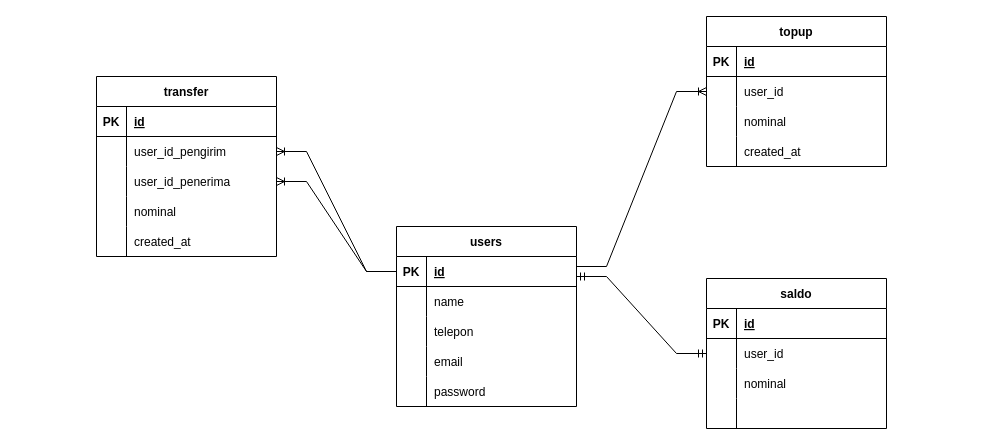
Above: ERD.drawio in ALTA-BE15-IdaKusumawati/ALTA-kel3-account-service-app-project (draw.io), before the change. Source tidied: cells renumbered, new cells numbered last; positions are measured from the earlier drawing's top-left corner, leaving out a move shared by most shapes. Both pictures are drawn from the tidied source at 100%, with x=0, y=0 at pixel (96, 16).
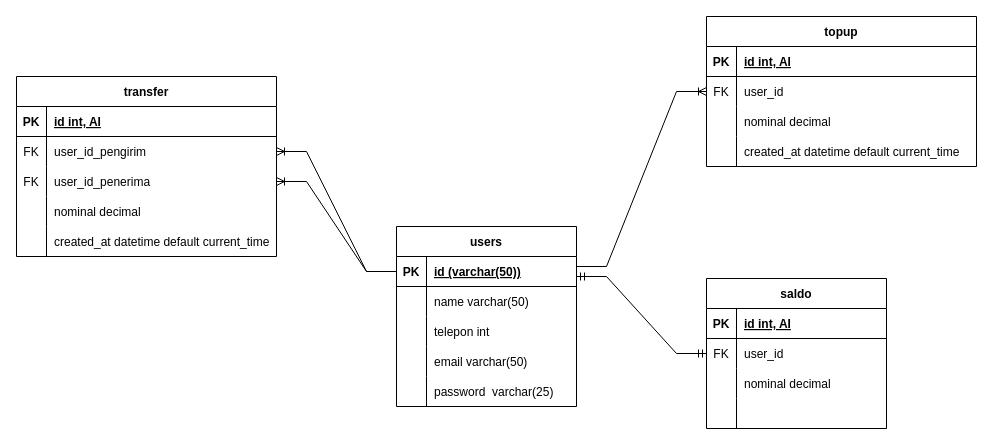
The same page after the edit.

Unchanged cells that the change refers to:
```xml
<mxCell id="3" style="shape=tableRow;horizontal=0;startSize=0;swimlaneHead=0;swimlaneBody=0;fillColor=none;points=[[0,0.5],[1,0.5]];portConstraint=eastwest;top=0;left=0;right=0;bottom=1;" parent="2" vertex="1">
  <mxGeometry y="30" width="180" height="30" as="geometry" />
</mxCell>
<mxCell id="6" style="shape=tableRow;horizontal=0;startSize=0;swimlaneHead=0;swimlaneBody=0;fillColor=none;top=0;left=0;right=0;bottom=0;" parent="2" vertex="1">
  <mxGeometry y="60" width="180" height="30" as="geometry" />
</mxCell>
<mxCell id="9" style="shape=tableRow;horizontal=0;startSize=0;swimlaneHead=0;swimlaneBody=0;fillColor=none;top=0;left=0;right=0;bottom=0;" parent="2" vertex="1">
  <mxGeometry y="90" width="180" height="30" as="geometry" />
</mxCell>
<mxCell id="12" style="shape=tableRow;horizontal=0;startSize=0;swimlaneHead=0;swimlaneBody=0;fillColor=none;top=0;left=0;right=0;bottom=0;" parent="2" vertex="1">
  <mxGeometry y="120" width="180" height="30" as="geometry" />
</mxCell>
<mxCell id="15" style="shape=tableRow;horizontal=0;startSize=0;swimlaneHead=0;swimlaneBody=0;fillColor=none;top=0;left=0;right=0;bottom=0;" parent="2" vertex="1">
  <mxGeometry y="150" width="180" height="30" as="geometry" />
</mxCell>
<mxCell id="32" style="shape=tableRow;horizontal=0;startSize=0;swimlaneHead=0;swimlaneBody=0;fillColor=none;top=0;left=0;right=0;bottom=1;" parent="31" vertex="1">
  <mxGeometry y="30" width="180" height="30" as="geometry" />
</mxCell>
<mxCell id="35" style="shape=tableRow;horizontal=0;startSize=0;swimlaneHead=0;swimlaneBody=0;fillColor=none;points=[[0,0.5],[1,0.5]];portConstraint=eastwest;top=0;left=0;right=0;bottom=0;" parent="31" vertex="1">
  <mxGeometry y="60" width="180" height="30" as="geometry" />
</mxCell>
<mxCell id="38" style="shape=tableRow;horizontal=0;startSize=0;swimlaneHead=0;swimlaneBody=0;fillColor=none;top=0;left=0;right=0;bottom=0;" parent="31" vertex="1">
  <mxGeometry y="90" width="180" height="30" as="geometry" />
</mxCell>
```

What changed in the source:
```diff
@@
-    <mxCell id="5" value="id" style="shape=partialRectangle;fillColor=none;top=0;left=0;bottom=0;right=0;align=left;spacingLeft=6;fontStyle=5;overflow=hidden;" parent="3" vertex="1">
+    <mxCell id="5" value="id (varchar(50))" style="shape=partialRectangle;fillColor=none;top=0;left=0;bottom=0;right=0;align=left;spacingLeft=6;fontStyle=5;overflow=hidden;" parent="3" vertex="1">
       <mxGeometry x="30" width="150" height="30" as="geometry" />
     </mxCell>
@@
-    <mxCell id="8" value="name" style="shape=partialRectangle;fillColor=none;top=0;left=0;bottom=0;right=0;align=left;spacingLeft=6;overflow=hidden;" parent="6" vertex="1">
+    <mxCell id="8" value="name varchar(50)" style="shape=partialRectangle;fillColor=none;top=0;left=0;bottom=0;right=0;align=left;spacingLeft=6;overflow=hidden;" parent="6" vertex="1">
       <mxGeometry x="30" width="150" height="30" as="geometry" />
     </mxCell>
@@
-    <mxCell id="11" value="telepon" style="shape=partialRectangle;fillColor=none;top=0;left=0;bottom=0;right=0;align=left;spacingLeft=6;overflow=hidden;" parent="9" vertex="1">
+    <mxCell id="11" value="telepon int" style="shape=partialRectangle;fillColor=none;top=0;left=0;bottom=0;right=0;align=left;spacingLeft=6;overflow=hidden;" parent="9" vertex="1">
       <mxGeometry x="30" width="150" height="30" as="geometry" />
     </mxCell>
@@
-    <mxCell id="14" value="email" style="shape=partialRectangle;fillColor=none;top=0;left=0;bottom=0;right=0;align=left;spacingLeft=6;overflow=hidden;" parent="12" vertex="1">
+    <mxCell id="14" value="email varchar(50)" style="shape=partialRectangle;fillColor=none;top=0;left=0;bottom=0;right=0;align=left;spacingLeft=6;overflow=hidden;" parent="12" vertex="1">
       <mxGeometry x="30" width="150" height="30" as="geometry" />
     </mxCell>
@@
-    <mxCell id="17" value="password " style="shape=partialRectangle;fillColor=none;top=0;left=0;bottom=0;right=0;align=left;spacingLeft=6;overflow=hidden;" parent="15" vertex="1">
+    <mxCell id="17" value="password  varchar(25)" style="shape=partialRectangle;fillColor=none;top=0;left=0;bottom=0;right=0;align=left;spacingLeft=6;overflow=hidden;" parent="15" vertex="1">
       <mxGeometry x="30" width="150" height="30" as="geometry" />
     </mxCell>
     <mxCell id="18" value="topup" style="shape=table;startSize=30;childLayout=tableLayout;rowLines=0;fontStyle=1;align=center;" parent="1" vertex="1">
-      <mxGeometry x="610" width="180" height="150" as="geometry" />
+      <mxGeometry x="610" width="270" height="150" as="geometry" />
     </mxCell>
     <mxCell id="19" style="shape=tableRow;horizontal=0;startSize=0;swimlaneHead=0;swimlaneBody=0;fillColor=none;top=0;left=0;right=0;bottom=1;" parent="18" vertex="1">
-      <mxGeometry y="30" width="180" height="30" as="geometry" />
+      <mxGeometry y="30" width="270" height="30" as="geometry" />
     </mxCell>
@@
-    <mxCell id="21" value="id" style="shape=partialRectangle;fillColor=none;top=0;left=0;bottom=0;right=0;align=left;spacingLeft=6;fontStyle=5;overflow=hidden;" parent="19" vertex="1">
-      <mxGeometry x="30" width="150" height="30" as="geometry" />
+    <mxCell id="21" value="id int, AI" style="shape=partialRectangle;fillColor=none;top=0;left=0;bottom=0;right=0;align=left;spacingLeft=6;fontStyle=5;overflow=hidden;" parent="19" vertex="1">
+      <mxGeometry x="30" width="240" height="30" as="geometry" />
     </mxCell>
     <mxCell id="22" style="shape=tableRow;horizontal=0;startSize=0;swimlaneHead=0;swimlaneBody=0;fillColor=none;points=[[0,0.5],[1,0.5]];portConstraint=eastwest;top=0;left=0;right=0;bottom=0;" parent="18" vertex="1">
-      <mxGeometry y="60" width="180" height="30" as="geometry" />
+      <mxGeometry y="60" width="270" height="30" as="geometry" />
     </mxCell>
-    <mxCell id="23" style="shape=partialRectangle;fillColor=none;top=0;left=0;bottom=0;right=0;overflow=hidden;" parent="22" vertex="1">
+    <mxCell id="23" value="FK" style="shape=partialRectangle;fillColor=none;top=0;left=0;bottom=0;right=0;overflow=hidden;" parent="22" vertex="1">
       <mxGeometry width="30" height="30" as="geometry" />
     </mxCell>
     <mxCell id="24" value="user_id" style="shape=partialRectangle;fillColor=none;top=0;left=0;bottom=0;right=0;align=left;spacingLeft=6;overflow=hidden;" parent="22" vertex="1">
-      <mxGeometry x="30" width="150" height="30" as="geometry" />
+      <mxGeometry x="30" width="240" height="30" as="geometry" />
     </mxCell>
     <mxCell id="25" style="shape=tableRow;horizontal=0;startSize=0;swimlaneHead=0;swimlaneBody=0;fillColor=none;top=0;left=0;right=0;bottom=0;" parent="18" vertex="1">
-      <mxGeometry y="90" width="180" height="30" as="geometry" />
+      <mxGeometry y="90" width="270" height="30" as="geometry" />
     </mxCell>
@@
-    <mxCell id="27" value="nominal" style="shape=partialRectangle;fillColor=none;top=0;left=0;bottom=0;right=0;align=left;spacingLeft=6;overflow=hidden;" parent="25" vertex="1">
-      <mxGeometry x="30" width="150" height="30" as="geometry" />
+    <mxCell id="27" value="nominal decimal" style="shape=partialRectangle;fillColor=none;top=0;left=0;bottom=0;right=0;align=left;spacingLeft=6;overflow=hidden;" parent="25" vertex="1">
+      <mxGeometry x="30" width="240" height="30" as="geometry" />
     </mxCell>
     <mxCell id="28" style="shape=tableRow;horizontal=0;startSize=0;swimlaneHead=0;swimlaneBody=0;fillColor=none;top=0;left=0;right=0;bottom=0;" parent="18" vertex="1">
-      <mxGeometry y="120" width="180" height="30" as="geometry" />
+      <mxGeometry y="120" width="270" height="30" as="geometry" />
     </mxCell>
@@
-    <mxCell id="30" value="created_at" style="shape=partialRectangle;fillColor=none;top=0;left=0;bottom=0;right=0;align=left;spacingLeft=6;overflow=hidden;" parent="28" vertex="1">
-      <mxGeometry x="30" width="150" height="30" as="geometry" />
+    <mxCell id="30" value="created_at datetime default current_time" style="shape=partialRectangle;fillColor=none;top=0;left=0;bottom=0;right=0;align=left;spacingLeft=6;overflow=hidden;" parent="28" vertex="1">
+      <mxGeometry x="30" width="240" height="30" as="geometry" />
     </mxCell>
@@
-    <mxCell id="34" value="id" style="shape=partialRectangle;fillColor=none;top=0;left=0;bottom=0;right=0;align=left;spacingLeft=6;fontStyle=5;overflow=hidden;" parent="32" vertex="1">
+    <mxCell id="34" value="id int, AI" style="shape=partialRectangle;fillColor=none;top=0;left=0;bottom=0;right=0;align=left;spacingLeft=6;fontStyle=5;overflow=hidden;" parent="32" vertex="1">
       <mxGeometry x="30" width="150" height="30" as="geometry" />
     </mxCell>
@@
-    <mxCell id="36" style="shape=partialRectangle;fillColor=none;top=0;left=0;bottom=0;right=0;overflow=hidden;" parent="35" vertex="1">
+    <mxCell id="36" value="FK" style="shape=partialRectangle;fillColor=none;top=0;left=0;bottom=0;right=0;overflow=hidden;" parent="35" vertex="1">
       <mxGeometry width="30" height="30" as="geometry" />
     </mxCell>
@@
-    <mxCell id="40" value="nominal" style="shape=partialRectangle;fillColor=none;top=0;left=0;bottom=0;right=0;align=left;spacingLeft=6;overflow=hidden;" parent="38" vertex="1">
+    <mxCell id="40" value="nominal decimal" style="shape=partialRectangle;fillColor=none;top=0;left=0;bottom=0;right=0;align=left;spacingLeft=6;overflow=hidden;" parent="38" vertex="1">
       <mxGeometry x="30" width="150" height="30" as="geometry" />
     </mxCell>
@@
     <mxCell id="44" value="transfer" style="shape=table;startSize=30;childLayout=tableLayout;rowLines=0;fontStyle=1;align=center;" parent="1" vertex="1">
-      <mxGeometry y="60" width="180" height="180" as="geometry" />
+      <mxGeometry x="-80" y="60" width="260" height="180" as="geometry" />
     </mxCell>
     <mxCell id="45" style="shape=tableRow;horizontal=0;startSize=0;swimlaneHead=0;swimlaneBody=0;fillColor=none;top=0;left=0;right=0;bottom=1;" parent="44" vertex="1">
-      <mxGeometry y="30" width="180" height="30" as="geometry" />
+      <mxGeometry y="30" width="260" height="30" as="geometry" />
     </mxCell>
@@
-    <mxCell id="47" value="id" style="shape=partialRectangle;fillColor=none;top=0;left=0;bottom=0;right=0;align=left;spacingLeft=6;fontStyle=5;overflow=hidden;" parent="45" vertex="1">
-      <mxGeometry x="30" width="150" height="30" as="geometry" />
+    <mxCell id="47" value="id int, AI" style="shape=partialRectangle;fillColor=none;top=0;left=0;bottom=0;right=0;align=left;spacingLeft=6;fontStyle=5;overflow=hidden;" parent="45" vertex="1">
+      <mxGeometry x="30" width="230" height="30" as="geometry" />
     </mxCell>
     <mxCell id="48" style="shape=tableRow;horizontal=0;startSize=0;swimlaneHead=0;swimlaneBody=0;fillColor=none;points=[[0,0.5],[1,0.5]];portConstraint=eastwest;top=0;left=0;right=0;bottom=0;" parent="44" vertex="1">
-      <mxGeometry y="60" width="180" height="30" as="geometry" />
+      <mxGeometry y="60" width="260" height="30" as="geometry" />
     </mxCell>
-    <mxCell id="49" style="shape=partialRectangle;fillColor=none;top=0;left=0;bottom=0;right=0;overflow=hidden;" parent="48" vertex="1">
+    <mxCell id="49" value="FK" style="shape=partialRectangle;fillColor=none;top=0;left=0;bottom=0;right=0;overflow=hidden;" parent="48" vertex="1">
       <mxGeometry width="30" height="30" as="geometry" />
     </mxCell>
     <mxCell id="50" value="user_id_pengirim" style="shape=partialRectangle;fillColor=none;top=0;left=0;bottom=0;right=0;align=left;spacingLeft=6;overflow=hidden;" parent="48" vertex="1">
-      <mxGeometry x="30" width="150" height="30" as="geometry" />
+      <mxGeometry x="30" width="230" height="30" as="geometry" />
     </mxCell>
     <mxCell id="51" style="shape=tableRow;horizontal=0;startSize=0;swimlaneHead=0;swimlaneBody=0;fillColor=none;points=[[0,0.5],[1,0.5]];portConstraint=eastwest;top=0;left=0;right=0;bottom=0;" parent="44" vertex="1">
-      <mxGeometry y="90" width="180" height="30" as="geometry" />
+      <mxGeometry y="90" width="260" height="30" as="geometry" />
     </mxCell>
-    <mxCell id="52" style="shape=partialRectangle;fillColor=none;top=0;left=0;bottom=0;right=0;overflow=hidden;" parent="51" vertex="1">
+    <mxCell id="52" value="FK" style="shape=partialRectangle;fillColor=none;top=0;left=0;bottom=0;right=0;overflow=hidden;" parent="51" vertex="1">
       <mxGeometry width="30" height="30" as="geometry" />
     </mxCell>
     <mxCell id="53" value="user_id_penerima" style="shape=partialRectangle;fillColor=none;top=0;left=0;bottom=0;right=0;align=left;spacingLeft=6;overflow=hidden;" parent="51" vertex="1">
-      <mxGeometry x="30" width="150" height="30" as="geometry" />
+      <mxGeometry x="30" width="230" height="30" as="geometry" />
     </mxCell>
     <mxCell id="54" style="shape=tableRow;horizontal=0;startSize=0;swimlaneHead=0;swimlaneBody=0;fillColor=none;top=0;left=0;right=0;bottom=0;" parent="44" vertex="1">
-      <mxGeometry y="120" width="180" height="30" as="geometry" />
+      <mxGeometry y="120" width="260" height="30" as="geometry" />
     </mxCell>
@@
-    <mxCell id="56" value="nominal" style="shape=partialRectangle;fillColor=none;top=0;left=0;bottom=0;right=0;align=left;spacingLeft=6;overflow=hidden;" parent="54" vertex="1">
-      <mxGeometry x="30" width="150" height="30" as="geometry" />
+    <mxCell id="56" value="nominal decimal" style="shape=partialRectangle;fillColor=none;top=0;left=0;bottom=0;right=0;align=left;spacingLeft=6;overflow=hidden;" parent="54" vertex="1">
+      <mxGeometry x="30" width="230" height="30" as="geometry" />
     </mxCell>
     <mxCell id="57" style="shape=tableRow;horizontal=0;startSize=0;swimlaneHead=0;swimlaneBody=0;fillColor=none;top=0;left=0;right=0;bottom=0;" parent="44" vertex="1">
-      <mxGeometry y="150" width="180" height="30" as="geometry" />
+      <mxGeometry y="150" width="260" height="30" as="geometry" />
     </mxCell>
@@
-    <mxCell id="59" value="created_at" style="shape=partialRectangle;fillColor=none;top=0;left=0;bottom=0;right=0;align=left;spacingLeft=6;overflow=hidden;" parent="57" vertex="1">
-      <mxGeometry x="30" width="150" height="30" as="geometry" />
+    <mxCell id="59" value="created_at datetime default current_time" style="shape=partialRectangle;fillColor=none;top=0;left=0;bottom=0;right=0;align=left;spacingLeft=6;overflow=hidden;" parent="57" vertex="1">
+      <mxGeometry x="30" width="230" height="30" as="geometry" />
     </mxCell>
```
